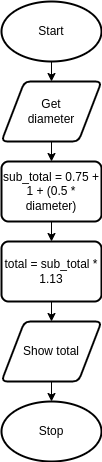
The draw.io diagram drawio/flowchart/flowchart.png in Aidan-Lalonde-Novales/ICS3U-Uni3-01-Python, before a commit. Source tidied: cells renumbered, new cells last; positions are measured from the earlier drawing's top-left corner, leaving out a move shared by most shapes.
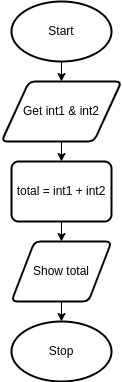
Above is the later version.

The edit, as a diff of the source:
```diff
@@ -11,29 +11,25 @@
     <mxCell id="4" style="edgeStyle=none;html=1;exitX=0.5;exitY=1;exitDx=0;exitDy=0;entryX=0.5;entryY=0;entryDx=0;entryDy=0;" parent="1" edge="1" source="5" target="7">
       <mxGeometry relative="1" as="geometry" />
     </mxCell>
-    <mxCell id="5" value="Get&lt;br&gt;diameter" style="shape=parallelogram;html=1;strokeWidth=2;perimeter=parallelogramPerimeter;whiteSpace=wrap;rounded=1;arcSize=12;size=0.23;" parent="1" vertex="1">
-      <mxGeometry y="80" width="100" height="60" as="geometry" />
+    <mxCell id="5" value="Get int1 &amp;amp; int2" style="shape=parallelogram;html=1;strokeWidth=2;perimeter=parallelogramPerimeter;whiteSpace=wrap;rounded=1;arcSize=12;size=0.23;" parent="1" vertex="1">
+      <mxGeometry x="-10" y="80" width="120" height="60" as="geometry" />
     </mxCell>
-    <mxCell id="6" style="edgeStyle=none;html=1;exitX=0.5;exitY=1;exitDx=0;exitDy=0;entryX=0.5;entryY=0;entryDx=0;entryDy=0;" parent="1" edge="1" source="7" target="9">
-      <mxGeometry relative="1" as="geometry" />
+    <mxCell id="6" style="edgeStyle=none;html=1;exitX=0.5;exitY=1;exitDx=0;exitDy=0;entryX=0.5;entryY=0;entryDx=0;entryDy=0;" parent="1" edge="1" source="7">
+      <mxGeometry relative="1" as="geometry">
+        <mxPoint x="50" y="240" as="targetPoint" />
+      </mxGeometry>
     </mxCell>
-    <mxCell id="7" value="sub_total = 0.75 + 1 + (0.5 * diameter)" style="rounded=1;whiteSpace=wrap;html=1;absoluteArcSize=1;arcSize=14;strokeWidth=2;" parent="1" vertex="1">
+    <mxCell id="7" value="total = int1 + int2" style="rounded=1;whiteSpace=wrap;html=1;absoluteArcSize=1;arcSize=14;strokeWidth=2;" parent="1" vertex="1">
       <mxGeometry y="160" width="100" height="60" as="geometry" />
     </mxCell>
-    <mxCell id="8" style="edgeStyle=none;html=1;exitX=0.5;exitY=1;exitDx=0;exitDy=0;entryX=0.5;entryY=0;entryDx=0;entryDy=0;" parent="1" edge="1" source="9" target="11">
-      <mxGeometry relative="1" as="geometry" />
-    </mxCell>
-    <mxCell id="9" value="total = sub_total * 1.13" style="rounded=1;whiteSpace=wrap;html=1;absoluteArcSize=1;arcSize=14;strokeWidth=2;" parent="1" vertex="1">
-      <mxGeometry y="240" width="100" height="60" as="geometry" />
-    </mxCell>
     <mxCell id="10" style="edgeStyle=none;html=1;exitX=0.5;exitY=1;exitDx=0;exitDy=0;entryX=0.5;entryY=0;entryDx=0;entryDy=0;entryPerimeter=0;" parent="1" edge="1" source="11" target="12">
       <mxGeometry relative="1" as="geometry" />
     </mxCell>
     <mxCell id="11" value="Show total" style="shape=parallelogram;html=1;strokeWidth=2;perimeter=parallelogramPerimeter;whiteSpace=wrap;rounded=1;arcSize=12;size=0.23;" parent="1" vertex="1">
-      <mxGeometry y="320" width="100" height="60" as="geometry" />
+      <mxGeometry y="240" width="100" height="60" as="geometry" />
     </mxCell>
     <mxCell id="12" value="Stop" style="strokeWidth=2;html=1;shape=mxgraph.flowchart.start_1;whiteSpace=wrap;" parent="1" vertex="1">
-      <mxGeometry y="400" width="100" height="60" as="geometry" />
+      <mxGeometry y="320" width="100" height="60" as="geometry" />
     </mxCell>
   </root>
 </mxGraphModel>
```
